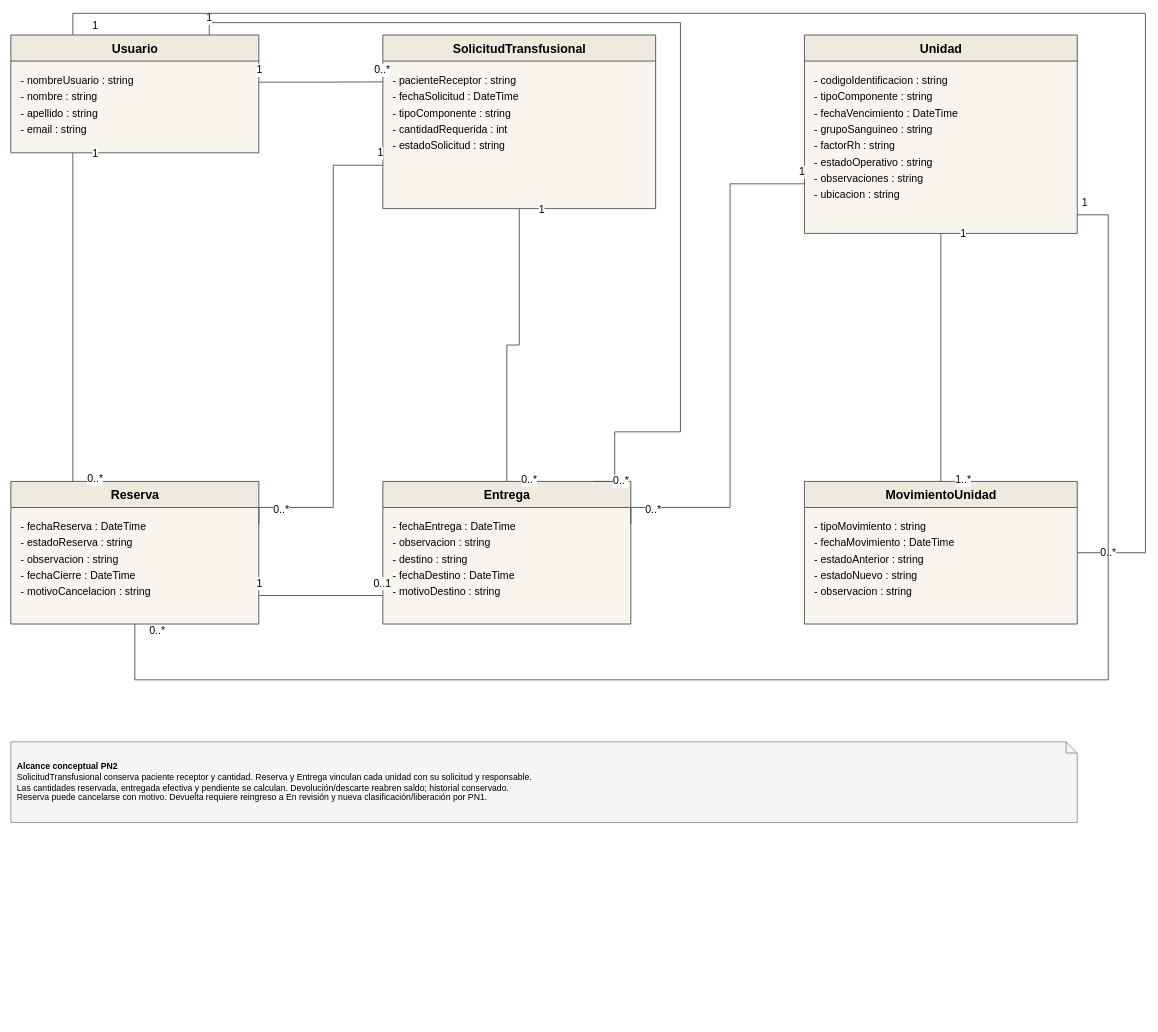
Before: Diagramas/Secuencia de Roles/PN2_DiagramaModeloConceptual.drawio in juanNH/Ingenieria-de-Software, a draw.io diagram. Source tidied: cells renumbered, new cells numbered last; positions are measured from the earlier drawing's top-left corner, leaving out a move shared by most shapes. Both pictures are drawn from the tidied source at 62%, with x=0, y=0 at pixel (11, 13).
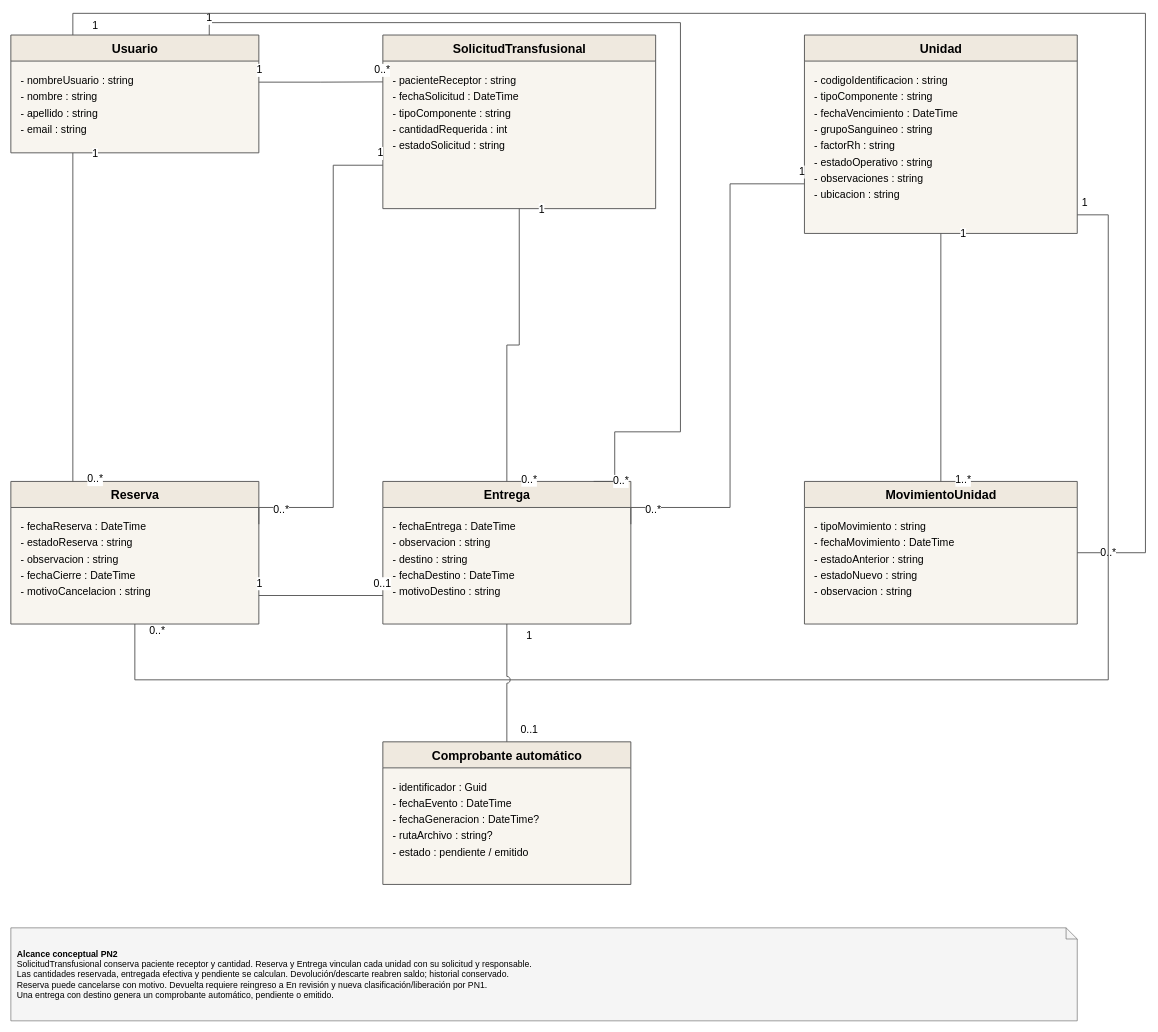
Above is the later version.

Unchanged cells that the change refers to:
```xml
<mxCell id="10" value="Entrega" style="swimlane;html=1;horizontal=1;startSize=42;rounded=0;fillColor=#EFE9DF;swimlaneFillColor=#F8F5EF;strokeColor=#555555;strokeWidth=1.5;fontFamily=Arial;fontSize=20;fontStyle=1;align=center;verticalAlign=middle;" parent="1" vertex="1">
  <mxGeometry x="600" y="755" width="400" height="230" as="geometry" />
</mxCell>
```

Diff of the diagram source:
```diff
@@
-    <mxCell id="44" value="&lt;b&gt;Alcance conceptual PN2&lt;/b&gt;&lt;br&gt;SolicitudTransfusional conserva paciente receptor y cantidad. Reserva y Entrega vinculan cada unidad con su solicitud y responsable.&lt;br&gt;Las cantidades reservada, entregada efectiva y pendiente se calculan. Devolución/descarte reabren saldo; historial conservado.&lt;br&gt;Reserva puede cancelarse con motivo. Devuelta requiere reingreso a En revisión y nueva clasificación/liberación por PN1." style="shape=note;whiteSpace=wrap;html=1;size=18;fillColor=#f5f5f5;strokeColor=#666666;fontSize=12;fontFamily=Arial;align=left;verticalAlign=middle;spacing=10;fontSize=14;" parent="1" vertex="1">
-      <mxGeometry y="1175" width="1720" height="130" as="geometry" />
+    <mxCell id="44" value="&lt;b&gt;Alcance conceptual PN2&lt;/b&gt;&lt;br&gt;SolicitudTransfusional conserva paciente receptor y cantidad. Reserva y Entrega vinculan cada unidad con su solicitud y responsable.&lt;br&gt;Las cantidades reservada, entregada efectiva y pendiente se calculan. Devolución/descarte reabren saldo; historial conservado.&lt;br&gt;Reserva puede cancelarse con motivo. Devuelta requiere reingreso a En revisión y nueva clasificación/liberación por PN1.&lt;br&gt;Una entrega con destino genera un comprobante automático, pendiente o emitido." style="shape=note;whiteSpace=wrap;html=1;size=18;fillColor=#f5f5f5;strokeColor=#666666;fontSize=12;fontFamily=Arial;align=left;verticalAlign=middle;spacing=10;fontSize=14;" parent="1" vertex="1">
+      <mxGeometry y="1475" width="1720" height="150" as="geometry" />
     </mxCell>
+    <mxCell id="45" value="Comprobante automático" style="swimlane;html=1;horizontal=1;startSize=42;rounded=0;fillColor=#EFE9DF;swimlaneFillColor=#F8F5EF;strokeColor=#555555;strokeWidth=1.5;fontFamily=Arial;fontSize=20;fontStyle=1;align=center;verticalAlign=middle;" parent="1" vertex="1">
+      <mxGeometry x="600" y="1175" width="400" height="230" as="geometry" />
+    </mxCell>
+    <mxCell id="46" value="&lt;div style=&quot;line-height:1.55&quot;&gt;- identificador : Guid&lt;br&gt;- fechaEvento : DateTime&lt;br&gt;- fechaGeneracion : DateTime?&lt;br&gt;- rutaArchivo : string?&lt;br&gt;- estado : pendiente / emitido&lt;/div&gt;" style="text;html=1;whiteSpace=wrap;strokeColor=none;fillColor=none;fontFamily=Arial;fontSize=17;align=left;verticalAlign=top;spacingLeft=14;spacingRight=12;spacingTop=12;" parent="45" vertex="1">
+      <mxGeometry y="42" width="400" height="188" as="geometry" />
+    </mxCell>
+    <mxCell id="47" style="edgeStyle=orthogonalEdgeStyle;html=1;rounded=0;jumpStyle=arc;jumpSize=10;startArrow=none;endArrow=none;strokeColor=#555555;strokeWidth=1.5;exitX=0.5;exitY=1;entryX=0.5;entryY=0;" parent="1" edge="1" source="10" target="45">
+      <mxGeometry relative="1" as="geometry" />
+    </mxCell>
+    <mxCell id="48" value="1" style="edgeLabel;html=1;align=center;verticalAlign=middle;fontFamily=Arial;fontSize=17;labelBackgroundColor=#ffffff;" parent="47" vertex="1">
+      <mxGeometry x="-0.8" width="48" height="24" relative="1" as="geometry">
+        <mxPoint x="12" y="-12" as="offset" />
+      </mxGeometry>
+    </mxCell>
+    <mxCell id="49" value="0..1" style="edgeLabel;html=1;align=center;verticalAlign=middle;fontFamily=Arial;fontSize=17;labelBackgroundColor=#ffffff;" parent="47" vertex="1">
+      <mxGeometry x="0.8" width="48" height="24" relative="1" as="geometry">
+        <mxPoint x="12" y="-12" as="offset" />
+      </mxGeometry>
+    </mxCell>
```
